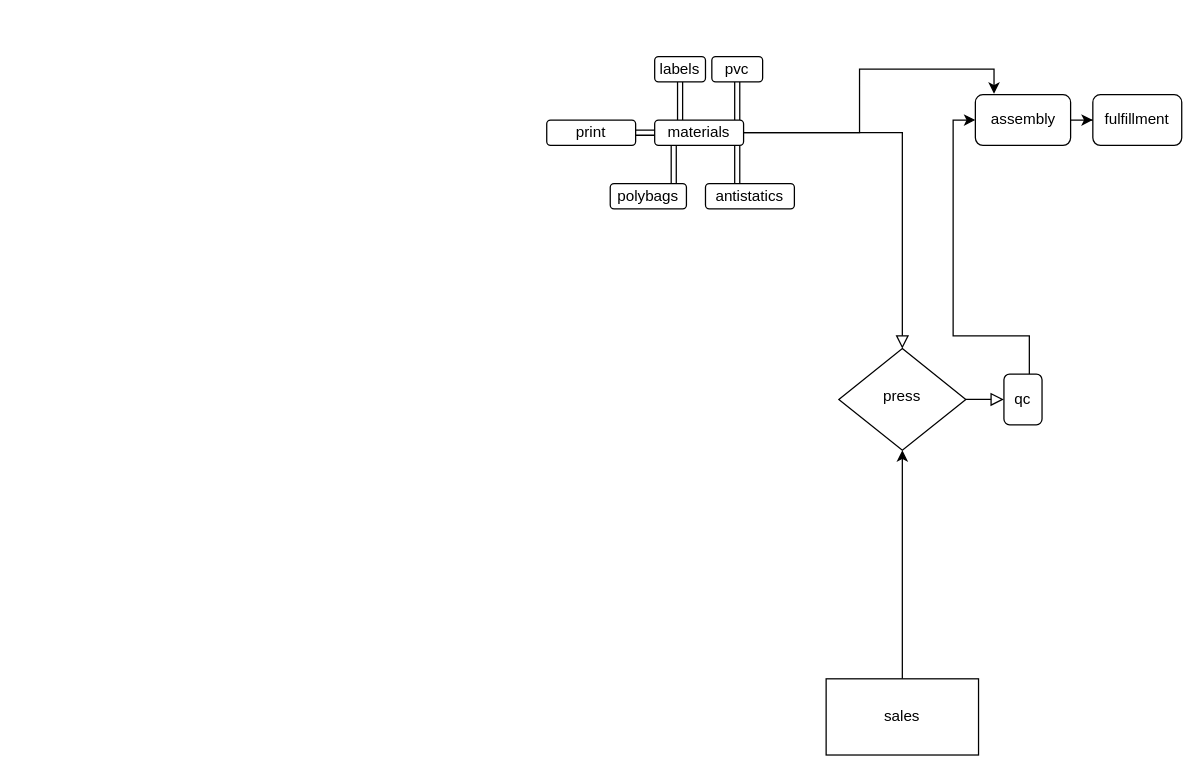
Earlier version of the draw.io diagram ProductionFlow.drawio (jake-echobase/flow). Source tidied: cells renumbered, new cells numbered last; positions are measured from the earlier drawing's top-left corner, leaving out a move shared by most shapes. Both pictures are drawn from the tidied source at 127%, with x=0, y=0 at pixel (546, 56).
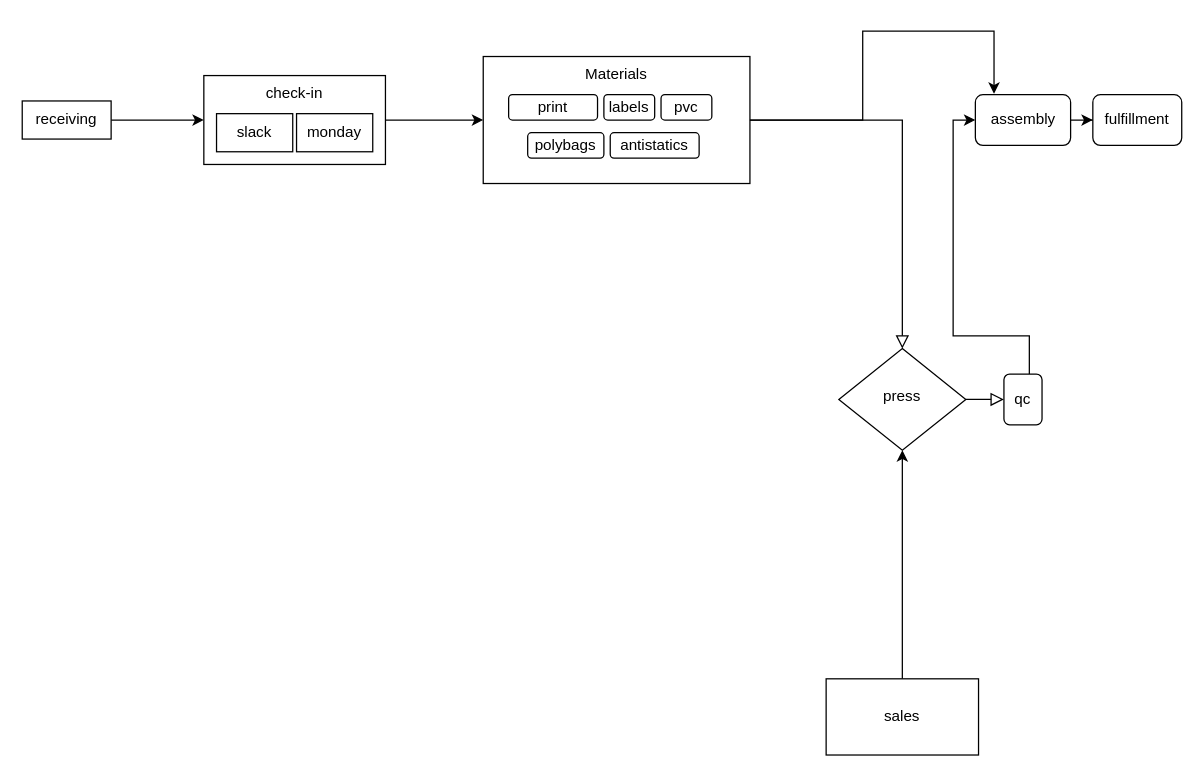
Above is the later version.

Unchanged cells that the change refers to:
```xml
<mxCell id="9" value="press" style="rhombus;whiteSpace=wrap;html=1;shadow=0;fontFamily=Helvetica;fontSize=12;align=center;strokeWidth=1;spacing=6;spacingTop=-4;" parent="1" vertex="1">
  <mxGeometry x="230" y="230" width="100" height="80" as="geometry" />
</mxCell>
<mxCell id="13" value="assembly" style="rounded=1;whiteSpace=wrap;html=1;fontSize=12;glass=0;strokeWidth=1;shadow=0;" parent="1" vertex="1">
  <mxGeometry x="337.5" y="30" width="75" height="40" as="geometry" />
</mxCell>
```

What changed in the source:
```diff
@@
-    <mxCell id="2" style="rounded=0;html=1;jettySize=auto;fontSize=11;endArrow=block;endFill=0;endSize=8;strokeWidth=1;shadow=0;labelBackgroundColor=none;edgeStyle=orthogonalEdgeStyle;" parent="1" edge="1" source="7" target="9">
+    <mxCell id="2" style="rounded=0;html=1;jettySize=auto;fontSize=11;endArrow=block;endFill=0;endSize=8;strokeWidth=1;shadow=0;labelBackgroundColor=none;edgeStyle=orthogonalEdgeStyle;exitX=1;exitY=0.5;exitDx=0;exitDy=0;" parent="1" edge="1" source="28" target="9">
       <mxGeometry relative="1" as="geometry" />
     </mxCell>
-    <mxCell id="3" style="edgeStyle=orthogonalEdgeStyle;rounded=0;jettySize=auto;html=1;shape=link;" parent="1" edge="1" source="7" target="17">
-      <mxGeometry relative="1" as="geometry">
-        <Array as="points">
-          <mxPoint x="150" y="30" />
-          <mxPoint x="150" y="30" />
-        </Array>
-      </mxGeometry>
-    </mxCell>
-    <mxCell id="4" style="edgeStyle=orthogonalEdgeStyle;rounded=0;jettySize=auto;html=1;entryX=0.196;entryY=-0.015;entryDx=0;entryDy=0;entryPerimeter=0;" parent="1" edge="1" source="7" target="13">
+    <mxCell id="4" style="edgeStyle=orthogonalEdgeStyle;rounded=0;jettySize=auto;html=1;entryX=0.196;entryY=-0.015;entryDx=0;entryDy=0;entryPerimeter=0;exitX=1;exitY=0.5;exitDx=0;exitDy=0;" parent="1" edge="1" source="28" target="13">
       <mxGeometry relative="1" as="geometry" />
     </mxCell>
-    <mxCell id="5" style="edgeStyle=orthogonalEdgeStyle;rounded=0;jettySize=auto;html=1;shape=link;" parent="1" edge="1" source="7" target="22">
-      <mxGeometry relative="1" as="geometry">
-        <Array as="points">
-          <mxPoint x="150" y="80" />
-          <mxPoint x="150" y="80" />
-        </Array>
-      </mxGeometry>
-    </mxCell>
-    <mxCell id="6" style="edgeStyle=orthogonalEdgeStyle;rounded=0;jettySize=auto;html=1;shape=link;" parent="1" edge="1" source="7" target="23">
-      <mxGeometry relative="1" as="geometry" />
-    </mxCell>
-    <mxCell id="7" value="materials" style="rounded=1;whiteSpace=wrap;html=1;fontSize=12;glass=0;strokeWidth=1;shadow=0;" parent="1" vertex="1">
-      <mxGeometry x="85" y="50" width="70" height="20" as="geometry" />
-    </mxCell>
@@
+    <mxCell id="24" style="edgeStyle=orthogonalEdgeStyle;rounded=0;jettySize=auto;html=1;" parent="1" edge="1" source="25" target="30">
+      <mxGeometry relative="1" as="geometry" />
+    </mxCell>
+    <mxCell id="25" value="receiving" style="rounded=0;whiteSpace=wrap;html=1;" parent="1" vertex="1">
+      <mxGeometry x="-413" y="35" width="70" height="30" as="geometry" />
+    </mxCell>
+    <mxCell id="26" style="edgeStyle=orthogonalEdgeStyle;rounded=0;jettySize=auto;html=1;entryX=0;entryY=0.5;entryDx=0;entryDy=0;" parent="1" edge="1" source="30" target="28">
+      <mxGeometry relative="1" as="geometry" />
+    </mxCell>
+    <mxCell id="27" style="group;" parent="1" vertex="1">
+      <mxGeometry x="-50" width="210" height="100" as="geometry" />
+    </mxCell>
-    <mxCell id="17" value="pvc" style="rounded=1;whiteSpace=wrap;html=1;fontSize=12;glass=0;strokeWidth=1;shadow=0;" parent="1" vertex="1">
-      <mxGeometry x="130" width="40" height="20" as="geometry" />
+    <mxCell id="17" value="pvc" style="rounded=1;whiteSpace=wrap;html=1;fontSize=12;glass=0;strokeWidth=1;shadow=0;" parent="27" vertex="1">
+      <mxGeometry x="140" y="30" width="40" height="20" as="geometry" />
     </mxCell>
-    <mxCell id="18" style="edgeStyle=orthogonalEdgeStyle;rounded=0;jettySize=auto;html=1;shape=link;" parent="1" edge="1" source="19" target="7">
-      <mxGeometry relative="1" as="geometry">
-        <Array as="points">
-          <mxPoint x="105" y="40" />
-          <mxPoint x="105" y="40" />
-        </Array>
-      </mxGeometry>
-    </mxCell>
-    <mxCell id="19" value="labels" style="rounded=1;whiteSpace=wrap;html=1;fontSize=12;glass=0;strokeWidth=1;shadow=0;" parent="1" vertex="1">
-      <mxGeometry x="85" width="40" height="20" as="geometry" />
+    <mxCell id="19" value="labels" style="rounded=1;whiteSpace=wrap;html=1;fontSize=12;glass=0;strokeWidth=1;shadow=0;" parent="27" vertex="1">
+      <mxGeometry x="95" y="30" width="40" height="20" as="geometry" />
     </mxCell>
-    <mxCell id="20" style="edgeStyle=orthogonalEdgeStyle;rounded=0;jettySize=auto;html=1;shape=link;" parent="1" edge="1" source="7" target="21">
-      <mxGeometry relative="1" as="geometry">
-        <Array as="points">
-          <mxPoint x="100" y="90" />
-          <mxPoint x="100" y="90" />
-        </Array>
-      </mxGeometry>
-    </mxCell>
-    <mxCell id="21" value="polybags" style="rounded=1;whiteSpace=wrap;html=1;" parent="1" vertex="1">
-      <mxGeometry x="50" y="100" width="60" height="20" as="geometry" />
+    <mxCell id="21" value="polybags" style="rounded=1;whiteSpace=wrap;html=1;" parent="27" vertex="1">
+      <mxGeometry x="35" y="60" width="60" height="20" as="geometry" />
     </mxCell>
-    <mxCell id="22" value="antistatics" style="rounded=1;whiteSpace=wrap;html=1;fontSize=12;glass=0;strokeWidth=1;shadow=0;" parent="1" vertex="1">
-      <mxGeometry x="125" y="100" width="70" height="20" as="geometry" />
+    <mxCell id="22" value="antistatics" style="rounded=1;whiteSpace=wrap;html=1;fontSize=12;glass=0;strokeWidth=1;shadow=0;" parent="27" vertex="1">
+      <mxGeometry x="100" y="60" width="70" height="20" as="geometry" />
     </mxCell>
-    <mxCell id="23" value="print" style="rounded=1;whiteSpace=wrap;html=1;fontSize=12;glass=0;strokeWidth=1;shadow=0;" parent="1" vertex="1">
-      <mxGeometry y="50" width="70" height="20" as="geometry" />
+    <mxCell id="23" value="print" style="rounded=1;whiteSpace=wrap;html=1;fontSize=12;glass=0;strokeWidth=1;shadow=0;" parent="27" vertex="1">
+      <mxGeometry x="20" y="30" width="70" height="20" as="geometry" />
     </mxCell>
+    <mxCell id="28" value="Materials" style="rounded=0;whiteSpace=wrap;html=1;fillColor=none;verticalAlign=top;" parent="27" vertex="1">
+      <mxGeometry width="210" height="100" as="geometry" />
+    </mxCell>
+    <mxCell id="29" style="group;" parent="1" vertex="1">
+      <mxGeometry x="-270" y="15" width="143" height="70" as="geometry" />
+    </mxCell>
+    <mxCell id="30" value="check-in" style="rounded=0;whiteSpace=wrap;html=1;verticalAlign=top;" parent="29" vertex="1">
+      <mxGeometry width="143" height="70" as="geometry" />
+    </mxCell>
+    <mxCell id="31" value="slack" style="rounded=0;whiteSpace=wrap;html=1;" parent="29" vertex="1">
+      <mxGeometry x="10" y="30" width="60" height="30" as="geometry" />
+    </mxCell>
+    <mxCell id="32" value="monday" style="rounded=0;whiteSpace=wrap;html=1;" parent="29" vertex="1">
+      <mxGeometry x="73" y="30" width="60" height="30" as="geometry" />
+    </mxCell>
```
